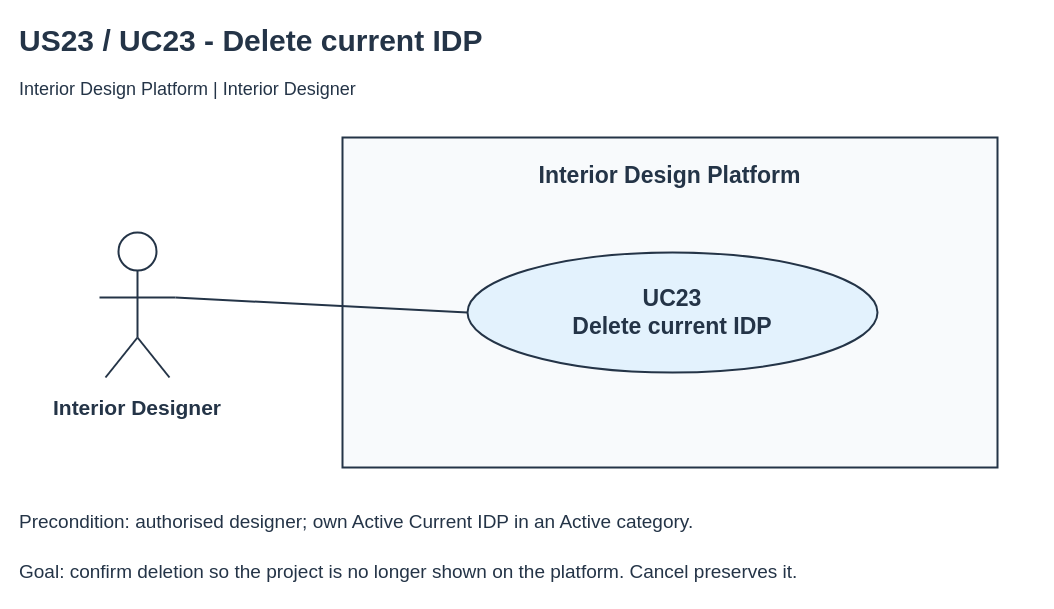
Earlier version of the draw.io diagram page "2 Use Case Diagram" (1 of 7) of Sprint_3/US23 - Delete Current IDP/US23 Delete current IDP.drawio (Hanzxc/CSIT314-ARCHSS). Source tidied: cells renumbered, new cells numbered last; positions are measured from the earlier drawing's top-left corner, leaving out a move shared by most shapes. Both pictures are drawn from the tidied source at 100%, with x=0, y=0 at pixel (17, 17).
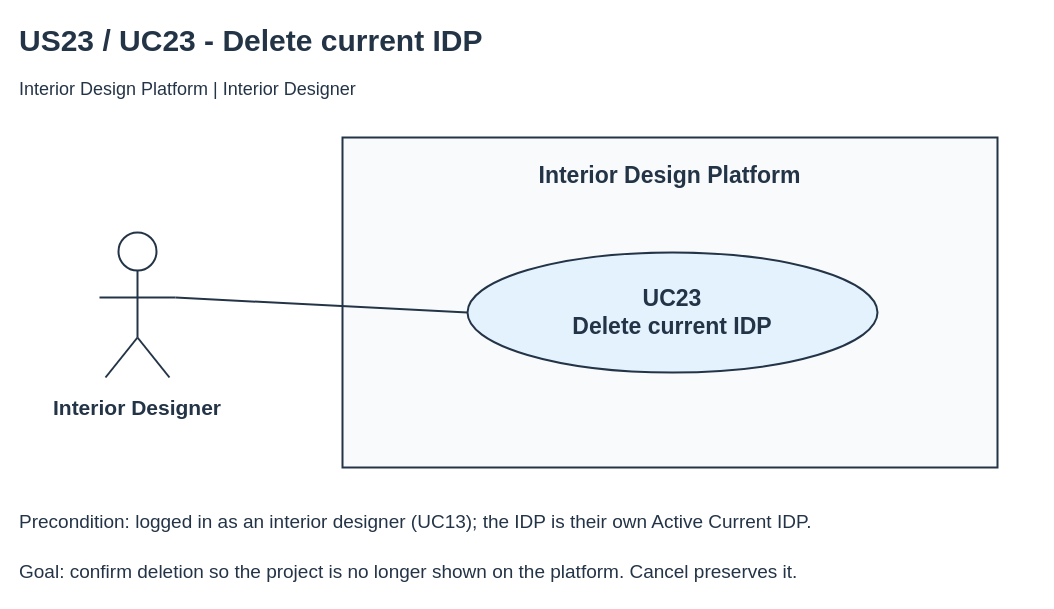
The same page after the edit.

Diff of the diagram source:
```diff
@@
-    <mxCell id="15" value="Precondition: authorised designer; own Active Current IDP in an Active category." style="text;html=0;align=left;verticalAlign=middle;whiteSpace=wrap;fontSize=19;fontStyle=0;fontColor=#243447;" parent="1" vertex="1">
+    <mxCell id="15" value="Precondition: logged in as an interior designer (UC13); the IDP is their own Active Current IDP." style="text;html=0;align=left;verticalAlign=middle;whiteSpace=wrap;fontSize=19;fontStyle=0;fontColor=#243447;" parent="1" vertex="1">
       <mxGeometry y="485" width="1020" height="40" as="geometry" />
     </mxCell>
```
